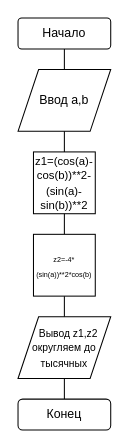
This is Untitled Diagram.drawio from Aleksey-Simpampusik/Lesson1, a draw.io file, before an edit. Source tidied: cells renumbered, new cells numbered last; positions are measured from the earlier drawing's top-left corner, leaving out a move shared by most shapes. Both pictures are drawn from the tidied source at 103%, with x=0, y=0 at pixel (18, 18).
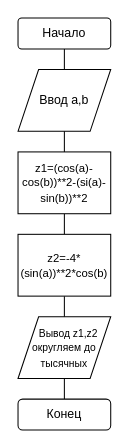
After the change.

What changed in the source:
```diff
@@
 <mxGraphModel>
   <root>
     <mxCell id="0" />
     <mxCell id="1" parent="0" />
     <mxCell id="2" value="Начало" style="rounded=1;whiteSpace=wrap;html=1;strokeWidth=1;fillColor=default;imageWidth=24;imageHeight=24;imageAspect=1;perimeterSpacing=0;glass=0;arcSize=12;" parent="1" vertex="1">
       <mxGeometry width="90" height="30" as="geometry" />
     </mxCell>
     <mxCell id="3" style="endArrow=none;html=1;rounded=0;entryX=0.5;entryY=1;entryDx=0;entryDy=0;" parent="1" edge="1" target="2">
       <mxGeometry relative="1" as="geometry">
         <mxPoint x="45" y="50" as="sourcePoint" />
       </mxGeometry>
     </mxCell>
     <mxCell id="4" value="Ввод a,&lt;span style=&quot;background-color: transparent; color: light-dark(rgb(0, 0, 0), rgb(255, 255, 255));&quot;&gt;b&lt;/span&gt;" style="shape=parallelogram;perimeter=parallelogramPerimeter;whiteSpace=wrap;html=1;fixedSize=1;strokeWidth=1;" parent="1" vertex="1">
       <mxGeometry y="50" width="90" height="60" as="geometry" />
     </mxCell>
-    <mxCell id="5" value="&lt;font style=&quot;font-size: 11px;&quot;&gt;z1=(cos(a)-cos(b))**2-(sin(a)-sin(b))**2&lt;/font&gt;" style="whiteSpace=wrap;html=1;" parent="1" vertex="1">
-      <mxGeometry x="15" y="130" width="60" height="60" as="geometry" />
-    </mxCell>
-    <mxCell id="6" style="endArrow=none;html=1;rounded=0;exitX=0.5;exitY=0;exitDx=0;exitDy=0;" parent="1" edge="1" source="5" target="4">
-      <mxGeometry relative="1" as="geometry" />
+    <mxCell id="6" style="endArrow=none;html=1;rounded=0;exitX=0.5;exitY=0;exitDx=0;exitDy=0;" parent="1" edge="1" target="4">
+      <mxGeometry relative="1" as="geometry">
+        <mxPoint x="45" y="130" as="sourcePoint" />
+      </mxGeometry>
     </mxCell>
-    <mxCell id="7" style="endArrow=none;html=1;rounded=0;entryX=0.5;entryY=1;entryDx=0;entryDy=0;exitX=0.5;exitY=0;exitDx=0;exitDy=0;" parent="1" edge="1" source="8" target="5">
-      <mxGeometry relative="1" as="geometry" />
+    <mxCell id="7" style="endArrow=none;html=1;rounded=0;entryX=0.5;entryY=1;entryDx=0;entryDy=0;exitX=0.5;exitY=0;exitDx=0;exitDy=0;" parent="1" edge="1">
+      <mxGeometry relative="1" as="geometry">
+        <mxPoint x="45" y="210" as="sourcePoint" />
+        <mxPoint x="45" y="190" as="targetPoint" />
+      </mxGeometry>
     </mxCell>
-    <mxCell id="8" value="&lt;font style=&quot;font-size: 7px;&quot;&gt;z2=-4*(sin(a))**2*cos(b)&lt;/font&gt;" style="whiteSpace=wrap;html=1;" parent="1" vertex="1">
-      <mxGeometry x="15" y="210" width="60" height="60" as="geometry" />
-    </mxCell>
     <mxCell id="9" value="&lt;font style=&quot;font-size: 10px;&quot;&gt;&amp;nbsp; &amp;nbsp;Вывод z1,z2 округляем до тысячных&lt;/font&gt;" style="shape=parallelogram;perimeter=parallelogramPerimeter;whiteSpace=wrap;html=1;fixedSize=1;" parent="1" vertex="1">
       <mxGeometry y="290" width="90" height="60" as="geometry" />
     </mxCell>
-    <mxCell id="10" style="endArrow=none;html=1;rounded=0;entryX=0.5;entryY=0;entryDx=0;entryDy=0;exitX=0.5;exitY=1;exitDx=0;exitDy=0;" parent="1" edge="1" source="8" target="9">
-      <mxGeometry relative="1" as="geometry" />
+    <mxCell id="10" style="endArrow=none;html=1;rounded=0;entryX=0.5;entryY=0;entryDx=0;entryDy=0;exitX=0.5;exitY=1;exitDx=0;exitDy=0;" parent="1" edge="1" target="9">
+      <mxGeometry relative="1" as="geometry">
+        <mxPoint x="45" y="270" as="sourcePoint" />
+      </mxGeometry>
     </mxCell>
     <mxCell id="11" value="Конец" style="rounded=1;whiteSpace=wrap;html=1;" parent="1" vertex="1">
       <mxGeometry y="370" width="90" height="30" as="geometry" />
     </mxCell>
     <mxCell id="12" style="endArrow=none;html=1;rounded=0;entryX=0.5;entryY=1;entryDx=0;entryDy=0;exitX=0.5;exitY=0;exitDx=0;exitDy=0;" parent="1" edge="1" source="11" target="9">
       <mxGeometry relative="1" as="geometry" />
     </mxCell>
+    <mxCell id="13" value="&lt;span style=&quot;font-size: 11px;&quot;&gt;z1=(cos(a)-cos(b))**2-(si(a)-sin(b))**2&lt;/span&gt;" style="rounded=0;whiteSpace=wrap;html=1;" parent="1" vertex="1">
+      <mxGeometry y="130" width="90" height="60" as="geometry" />
+    </mxCell>
+    <mxCell id="8" value="&lt;font style=&quot;font-size: 11px;&quot;&gt;z2=-4*(sin(a))**2*cos(b)&lt;/font&gt;" style="rounded=0;whiteSpace=wrap;html=1;" parent="1" vertex="1">
+      <mxGeometry y="210" width="90" height="60" as="geometry" />
+    </mxCell>
   </root>
 </mxGraphModel>
```
